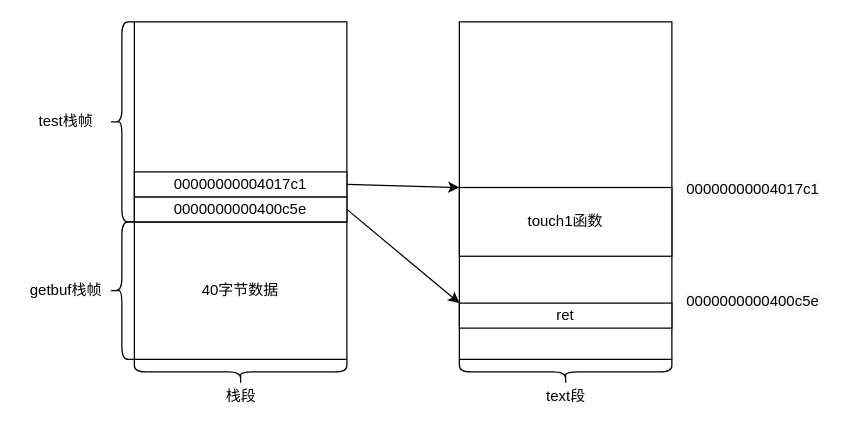
Before: blog/Untitled Diagram.drawio in Zephyrccc/ImageHostingService, a draw.io diagram. Source tidied: cells renumbered, new cells numbered last; positions are measured from the earlier drawing's top-left corner, leaving out a move shared by most shapes. Both pictures are drawn from the tidied source at 125%, with x=0, y=0 at pixel (21, 21).
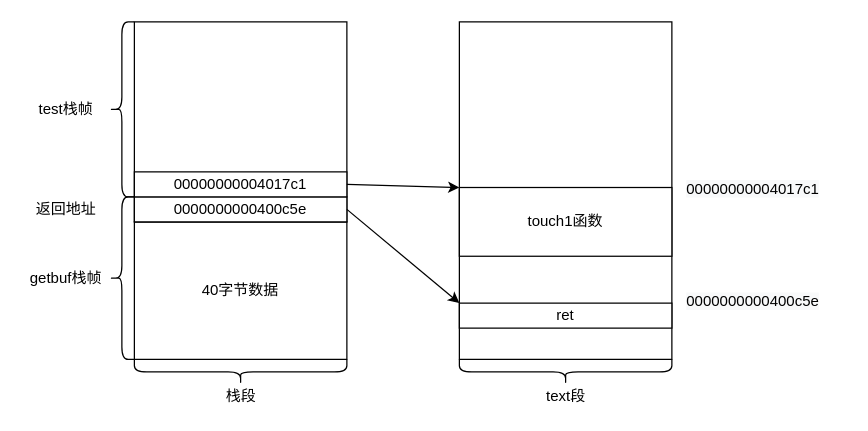
The same page after the edit.

What changed in the source:
```diff
@@
     <mxCell id="3" style="shape=curlyBracket;whiteSpace=wrap;html=1;rounded=1;" parent="1" vertex="1">
-      <mxGeometry x="70" y="160" width="20" height="110" as="geometry" />
+      <mxGeometry x="70" y="140" width="20" height="130" as="geometry" />
     </mxCell>
     <mxCell id="4" value="getbuf栈帧" style="text;html=1;align=center;verticalAlign=middle;strokeColor=none;fillColor=none;" parent="1" vertex="1">
-      <mxGeometry y="205" width="70" height="20" as="geometry" />
+      <mxGeometry y="195" width="70" height="20" as="geometry" />
     </mxCell>
@@
     <mxCell id="6" style="shape=curlyBracket;whiteSpace=wrap;html=1;rounded=1;" parent="1" vertex="1">
-      <mxGeometry x="70" width="20" height="160" as="geometry" />
+      <mxGeometry x="70" width="20" height="140" as="geometry" />
     </mxCell>
     <mxCell id="7" value="test栈帧" style="text;html=1;align=center;verticalAlign=middle;strokeColor=none;fillColor=none;" parent="1" vertex="1">
-      <mxGeometry x="5" y="70" width="60" height="20" as="geometry" />
+      <mxGeometry x="5" y="60" width="60" height="20" as="geometry" />
     </mxCell>
@@
+    <mxCell id="21" value="返回地址" style="text;html=1;align=center;verticalAlign=middle;strokeColor=none;fillColor=none;" parent="1" vertex="1">
+      <mxGeometry x="5" y="140" width="60" height="20" as="geometry" />
+    </mxCell>
```
